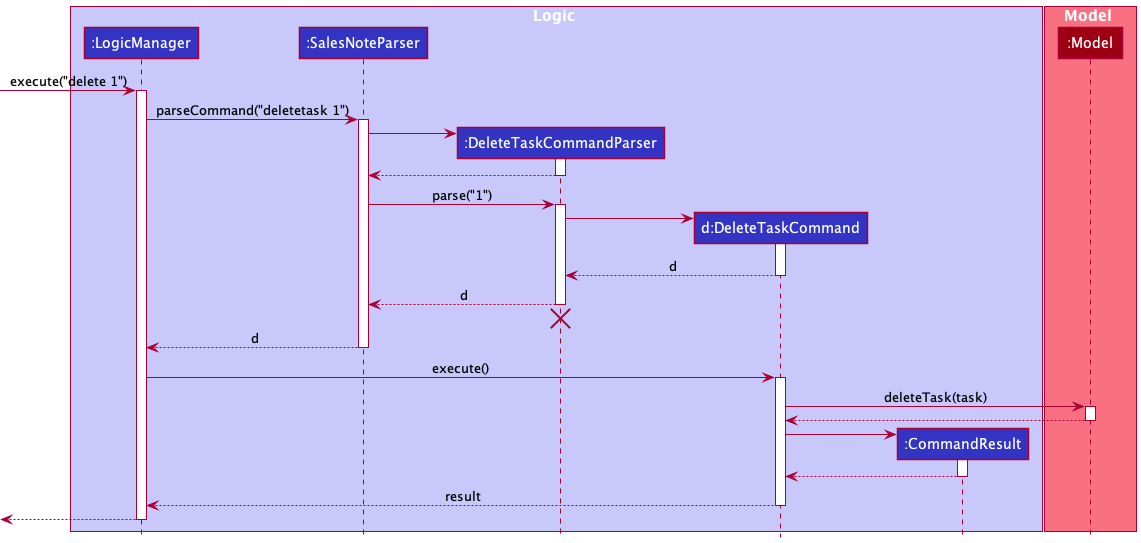
This is docs/images/DeleteTaskSequenceDiagram.png from nus-cs2103-AY2122S1/tp, a PlantUML export, as it was before one commit. Its diagram source:
```plantuml
@startuml
!include style.puml

box Logic LOGIC_COLOR_T1
participant ":LogicManager" as LogicManager LOGIC_COLOR
participant ":SalesNoteParser" as SalesNoteParser LOGIC_COLOR
participant ":DeleteTaskCommandParser" as DeleteTaskCommandParser LOGIC_COLOR
participant "d:DeleteTaskCommand" as DeleteTaskCommand LOGIC_COLOR
participant ":CommandResult" as CommandResult LOGIC_COLOR
end box

box Model MODEL_COLOR_T1
participant ":Model" as Model MODEL_COLOR
end box

[-> LogicManager : execute("delete 1")
activate LogicManager

LogicManager -> SalesNoteParser : parseCommand("deletetask 1")
activate SalesNoteParser

create DeleteTaskCommandParser
SalesNoteParser -> DeleteTaskCommandParser
activate DeleteTaskCommandParser

DeleteTaskCommandParser --> SalesNoteParser
deactivate DeleteTaskCommandParser

SalesNoteParser -> DeleteTaskCommandParser : parse("1")
activate DeleteTaskCommandParser

create DeleteTaskCommand
DeleteTaskCommandParser -> DeleteTaskCommand
activate DeleteTaskCommand

DeleteTaskCommand --> DeleteTaskCommandParser : d
deactivate DeleteTaskCommand

DeleteTaskCommandParser --> SalesNoteParser : d
deactivate DeleteTaskCommandParser
DeleteTaskCommandParser -[hidden]-> SalesNoteParser
destroy DeleteTaskCommandParser

SalesNoteParser --> LogicManager : d
deactivate SalesNoteParser

LogicManager -> DeleteTaskCommand : execute()
activate DeleteTaskCommand

DeleteTaskCommand -> Model : deleteTask(task)
activate Model

Model --> DeleteTaskCommand
deactivate Model

create CommandResult
DeleteTaskCommand -> CommandResult
activate CommandResult

CommandResult --> DeleteTaskCommand
deactivate CommandResult

DeleteTaskCommand --> LogicManager : result
deactivate DeleteTaskCommand

[<--LogicManager
deactivate LogicManager
@enduml
```
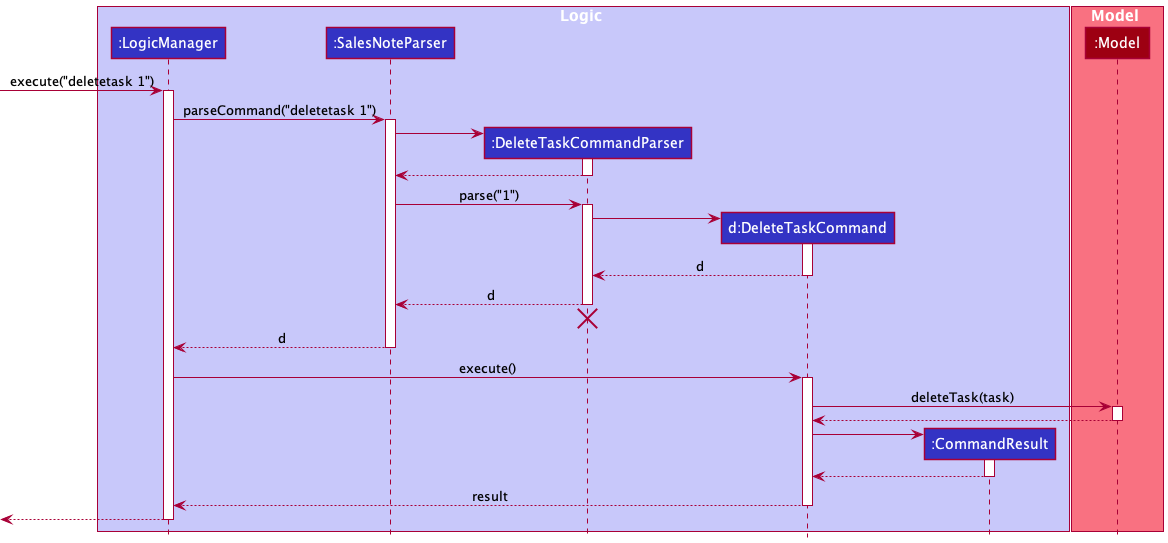
The same diagram one commit later.

The edit, as a diff of the source:
```diff
@@ -13,7 +13,7 @@
 participant ":Model" as Model MODEL_COLOR
 end box
 
-[-> LogicManager : execute("delete 1")
+[-> LogicManager : execute("deletetask 1")
 activate LogicManager
 
 LogicManager -> SalesNoteParser : parseCommand("deletetask 1")
```
